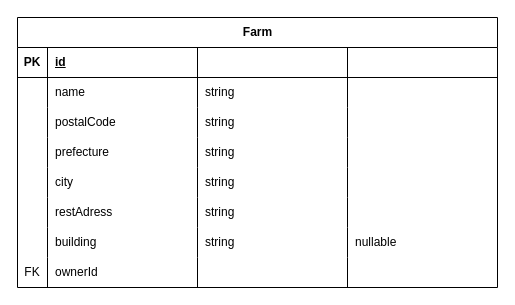
The draw.io diagram backend/docs/practiceGraphQlEr.drawio in y-iwamoto/practiceGraphQl, before the edit. Source tidied: cells renumbered, new cells numbered last; positions are measured from the earlier drawing's top-left corner, leaving out a move shared by most shapes. Both pictures are drawn from the tidied source at 100%, with x=0, y=0 at pixel (17, 17).
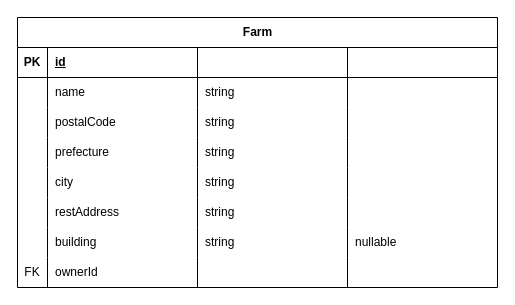
The same diagram, later.

Commit message:
chore: スペルミス修正

The change refers to these unchanged cells:
```xml
<mxCell id="28" style="shape=tableRow;horizontal=0;startSize=0;swimlaneHead=0;swimlaneBody=0;fillColor=none;top=0;left=0;right=0;bottom=0;" parent="2" vertex="1">
  <mxGeometry y="180" width="480" height="30" as="geometry" />
</mxCell>
```

Change to the diagram source:
```diff
@@
-    <mxCell id="30" value="restAdress" style="shape=partialRectangle;fillColor=none;top=0;left=0;bottom=0;right=0;align=left;spacingLeft=6;overflow=hidden;whiteSpace=wrap;html=1;" parent="28" vertex="1">
+    <mxCell id="30" value="restAddress" style="shape=partialRectangle;fillColor=none;top=0;left=0;bottom=0;right=0;align=left;spacingLeft=6;overflow=hidden;whiteSpace=wrap;html=1;" parent="28" vertex="1">
       <mxGeometry x="30" width="150" height="30" as="geometry" />
     </mxCell>
```
